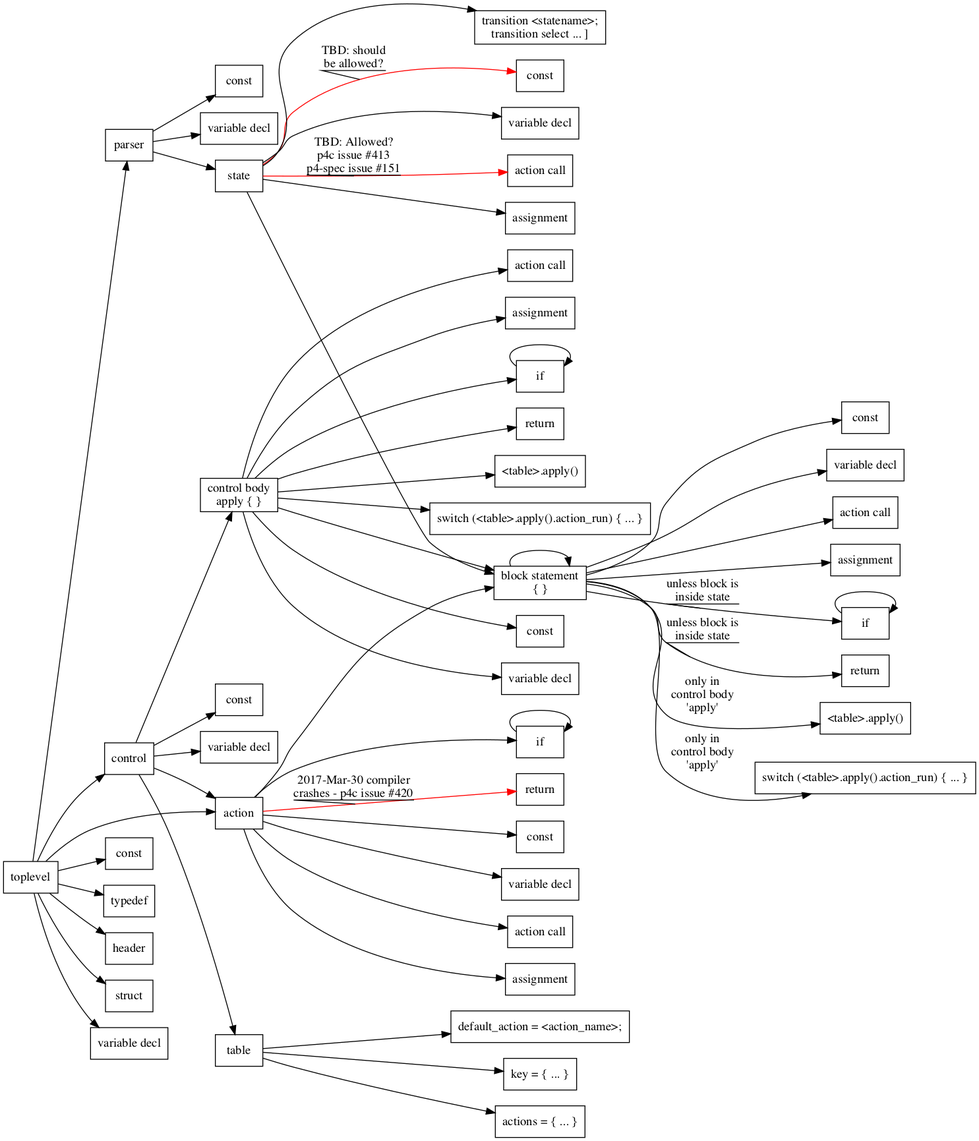
Earlier version of the Graphviz export p4-16-allowed-constructs.png (jafingerhut/p4-guide). Its source is kept beside it as p4-16-allowed-constructs.dot. Source of this version:
```dot
digraph p4_16_allowed_construct_nesting {

    node [shape=box];
    rankdir=LR;


    toplevel -> parserDeclaration;
    parserDeclaration [label="parser"];
    toplevel -> constantDeclaration1;
    constantDeclaration1 [label="const"];
    toplevel -> typedefDeclaration;
    typedefDeclaration [label="typedef"];
    toplevel -> headerTypeDeclaration;
    headerTypeDeclaration [label="header"];
    toplevel -> structTypeDeclaration;
    structTypeDeclaration [label="struct"];
    toplevel -> variableDeclaration1;
    variableDeclaration1 [label="variable decl"];
    toplevel -> actionDeclaration;
    actionDeclaration [label="action"];
    toplevel -> controlDeclaration;
    controlDeclaration [label="control"];

    parserDeclaration -> constantDeclaration2;
    constantDeclaration2 [label="const"];
    parserDeclaration -> variableDeclaration2;
    variableDeclaration2 [label="variable decl"];
    parserDeclaration -> parserState;

    parserState [label="state"];
    parserState -> constantDeclaration3 [color=red label="TBD: should\nbe allowed?" decorate=True];
    constantDeclaration3 [label="const"];
    parserState -> variableDeclaration3;
    variableDeclaration3 [label="variable decl"];
    parserState -> actionCallStatement3 [color=red label="TBD: Allowed?\np4c issue #413\np4-spec issue #151" decorate=True];
    actionCallStatement3 [label="action call"];
    parserState -> assignmentStatement3;
    assignmentStatement3 [label="assignment"];
    parserState -> blockStatement;
    parserState -> transitionStatement;
    transitionStatement [label="transition <statename>;\ntransition select ... ]"];

    controlDeclaration -> constantDeclaration4;
    constantDeclaration4 [label="const"];
    controlDeclaration -> variableDeclaration4;
    variableDeclaration4 [label="variable decl"];
    controlDeclaration -> actionDeclaration;
    controlDeclaration -> tableDeclaration;
    controlDeclaration -> controlBody;
    controlBody [label="control body\napply { }"];

    tableDeclaration [label="table"];
    tableDeclaration -> tablePropertyKey;
    tablePropertyKey [label="key = { ... }"];
    tableDeclaration -> tablePropertyActions;
    tablePropertyActions [label="actions = { ... }"];
    tableDeclaration -> tablePropertyDefaultAction;
    tablePropertyDefaultAction [label="default_action = <action_name>;"];

    actionDeclaration -> constantDeclaration5;
    constantDeclaration5 [label="const"];
    actionDeclaration -> variableDeclaration5;
    variableDeclaration5 [label="variable decl"];
    actionDeclaration -> actionCallStatement5;
    actionCallStatement5 [label="action call"];
    actionDeclaration -> assignmentStatement5;
    assignmentStatement5 [label="assignment"];
    actionDeclaration -> blockStatement;
    actionDeclaration -> conditionalStatement5;
    conditionalStatement5 [label="if"];
    conditionalStatement5 -> conditionalStatement5;
    actionDeclaration -> returnStatement5 [color=red label="2017-Mar-30 compiler\ncrashes - p4c issue #420" decorate=True];
    returnStatement5 [label="return"];


    controlBody -> constantDeclaration6;
    constantDeclaration6 [label="const"];
    controlBody -> variableDeclaration6;
    variableDeclaration6 [label="variable decl"];
    controlBody -> actionCallStatement6;
    actionCallStatement6 [label="action call"];
    controlBody -> assignmentStatement6;
    assignmentStatement6 [label="assignment"];
    controlBody -> blockStatement;
    controlBody -> conditionalStatement6;
    conditionalStatement6 [label="if"];
    conditionalStatement6 -> conditionalStatement6;
    controlBody -> returnStatement6;
    returnStatement6 [label="return"];
    controlBody -> tableApplyCall6;
    tableApplyCall6 [label="<table>.apply()"];
    controlBody -> switchStatement6;
    switchStatement6 [label="switch (<table>.apply().action_run) { ... }"];

    blockStatement [label="block statement\n{ }"];
    blockStatement -> constantDeclaration7;
    constantDeclaration7 [label="const"];
    blockStatement -> variableDeclaration7;
    variableDeclaration7 [label="variable decl"];
    blockStatement -> actionCallStatement7;
    actionCallStatement7 [label="action call"];
    blockStatement -> assignmentStatement7;
    assignmentStatement7 [label="assignment"];
    blockStatement -> blockStatement;
    blockStatement -> conditionalStatement7 [label="unless block is\ninside state" decorate=True];
    conditionalStatement7 [label="if"];
    conditionalStatement7 -> conditionalStatement7;
    blockStatement -> returnStatement7 [label="unless block is\ninside state" decorate=True];
    returnStatement7 [label="return"];
    blockStatement -> tableApplyCall7 [label="only in\ncontrol body\n'apply'"];
    tableApplyCall7 [label="<table>.apply()"];
    blockStatement -> switchStatement7 [label="only in\ncontrol body\n'apply'"];
    switchStatement7 [label="switch (<table>.apply().action_run) { ... }"];

}
```
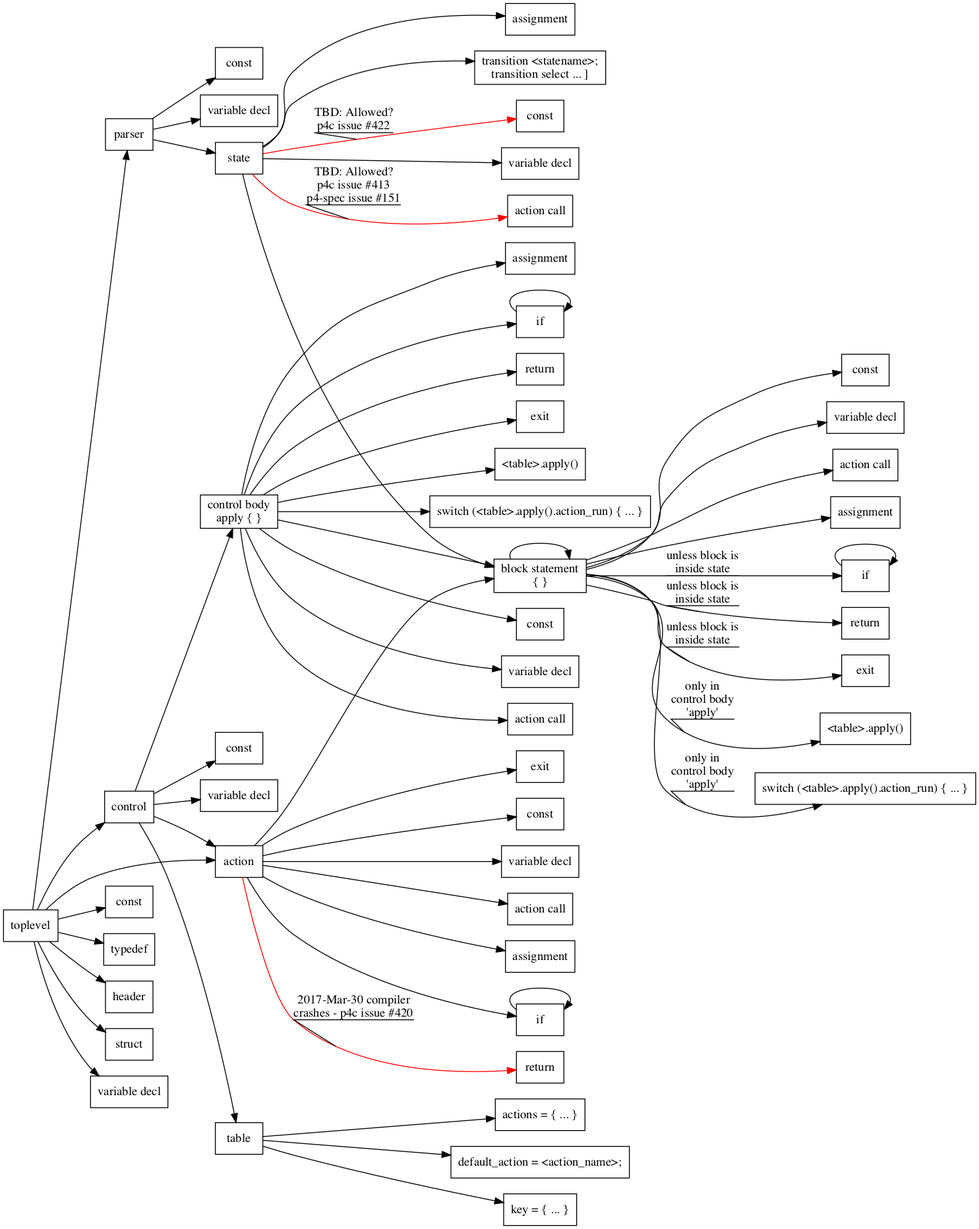
After the commit.

Commit message:
Add exit statement to P4_16 allowed constructs, and one more Github issue

The edit, as a diff of the source:
```diff
@@ -28,7 +28,7 @@
     parserDeclaration -> parserState;
 
     parserState [label="state"];
-    parserState -> constantDeclaration3 [color=red label="TBD: should\nbe allowed?" decorate=True];
+    parserState -> constantDeclaration3 [color=red label="TBD: Allowed?\np4c issue #422" decorate=True];
     constantDeclaration3 [label="const"];
     parserState -> variableDeclaration3;
     variableDeclaration3 [label="variable decl"];
@@ -71,6 +71,8 @@
     conditionalStatement5 -> conditionalStatement5;
     actionDeclaration -> returnStatement5 [color=red label="2017-Mar-30 compiler\ncrashes - p4c issue #420" decorate=True];
     returnStatement5 [label="return"];
+    actionDeclaration -> exitStatement5;
+    exitStatement5 [label="exit"];
 
 
     controlBody -> constantDeclaration6;
@@ -87,6 +89,8 @@
     conditionalStatement6 -> conditionalStatement6;
     controlBody -> returnStatement6;
     returnStatement6 [label="return"];
+    controlBody -> exitStatement6;
+    exitStatement6 [label="exit"];
     controlBody -> tableApplyCall6;
     tableApplyCall6 [label="<table>.apply()"];
     controlBody -> switchStatement6;
@@ -107,9 +111,11 @@
     conditionalStatement7 -> conditionalStatement7;
     blockStatement -> returnStatement7 [label="unless block is\ninside state" decorate=True];
     returnStatement7 [label="return"];
-    blockStatement -> tableApplyCall7 [label="only in\ncontrol body\n'apply'"];
+    blockStatement -> exitStatement7 [label="unless block is\ninside state" decorate=True];
+    exitStatement7 [label="exit"];
+    blockStatement -> tableApplyCall7 [label="only in\ncontrol body\n'apply'" decorate=True];
     tableApplyCall7 [label="<table>.apply()"];
-    blockStatement -> switchStatement7 [label="only in\ncontrol body\n'apply'"];
+    blockStatement -> switchStatement7 [label="only in\ncontrol body\n'apply'" decorate=True];
     switchStatement7 [label="switch (<table>.apply().action_run) { ... }"];
 
 }
```
